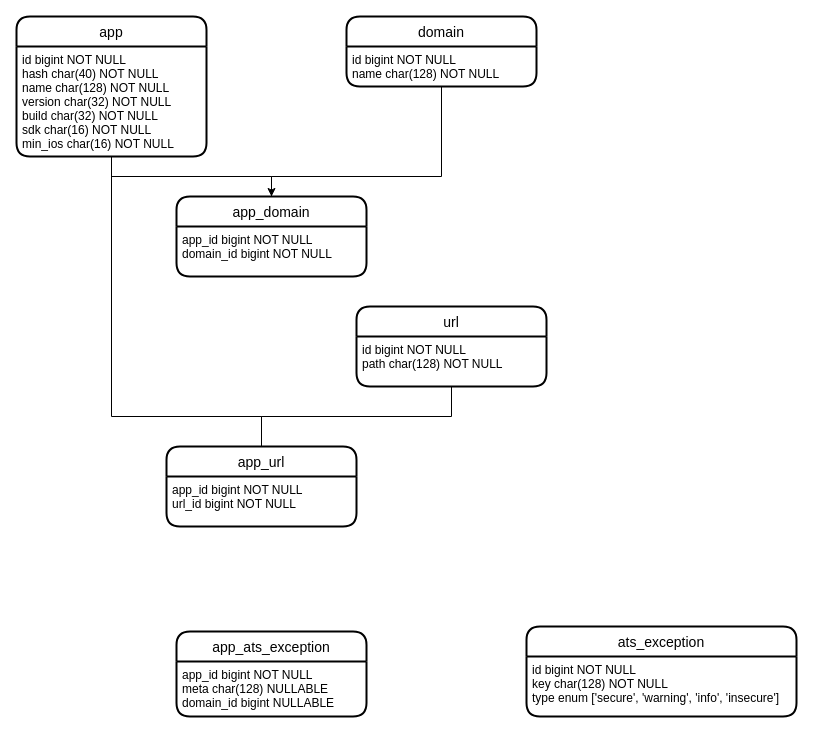
Before: database.drawio in irworks/tea, a draw.io diagram. Source tidied: cells renumbered, new cells numbered last; positions are measured from the earlier drawing's top-left corner, leaving out a move shared by most shapes. Both pictures are drawn from the tidied source at 100%, with x=0, y=0 at pixel (16, 16).
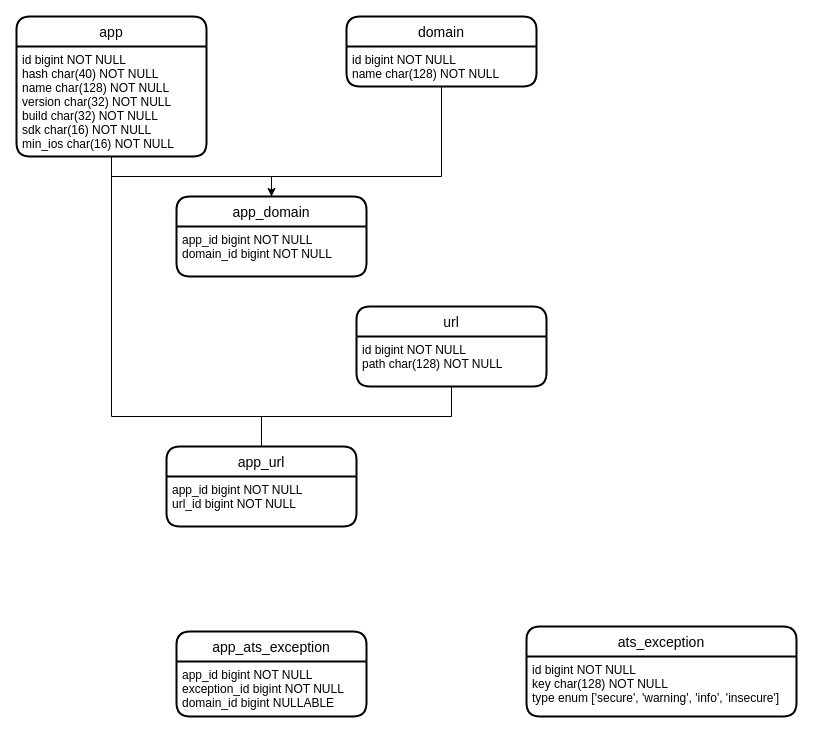
After the change.

The change refers to these unchanged cells:
```xml
<mxCell id="18" value="app_ats_exception" style="swimlane;horizontal=1;startSize=30;rounded=1;fontSize=14;fontStyle=0;strokeWidth=2;shadow=0;dashed=0;align=center;" parent="1" vertex="1">
  <mxGeometry x="160" y="615" width="190" height="85" as="geometry" />
</mxCell>
```

Change to the diagram source:
```diff
@@
-    <mxCell id="19" value="app_id bigint NOT NULL&#10;meta char(128) NULLABLE&#10;domain_id bigint NULLABLE" style="align=left;strokeColor=none;fillColor=none;spacingLeft=4;fontSize=12;verticalAlign=top;dashed=1;fontStyle=0;" parent="18" vertex="1">
+    <mxCell id="19" value="app_id bigint NOT NULL&#10;exception_id bigint NOT NULL&#10;domain_id bigint NULLABLE" style="align=left;strokeColor=none;fillColor=none;spacingLeft=4;fontSize=12;verticalAlign=top;dashed=1;fontStyle=0;" parent="18" vertex="1">
       <mxGeometry y="30" width="190" height="55" as="geometry" />
     </mxCell>
```
